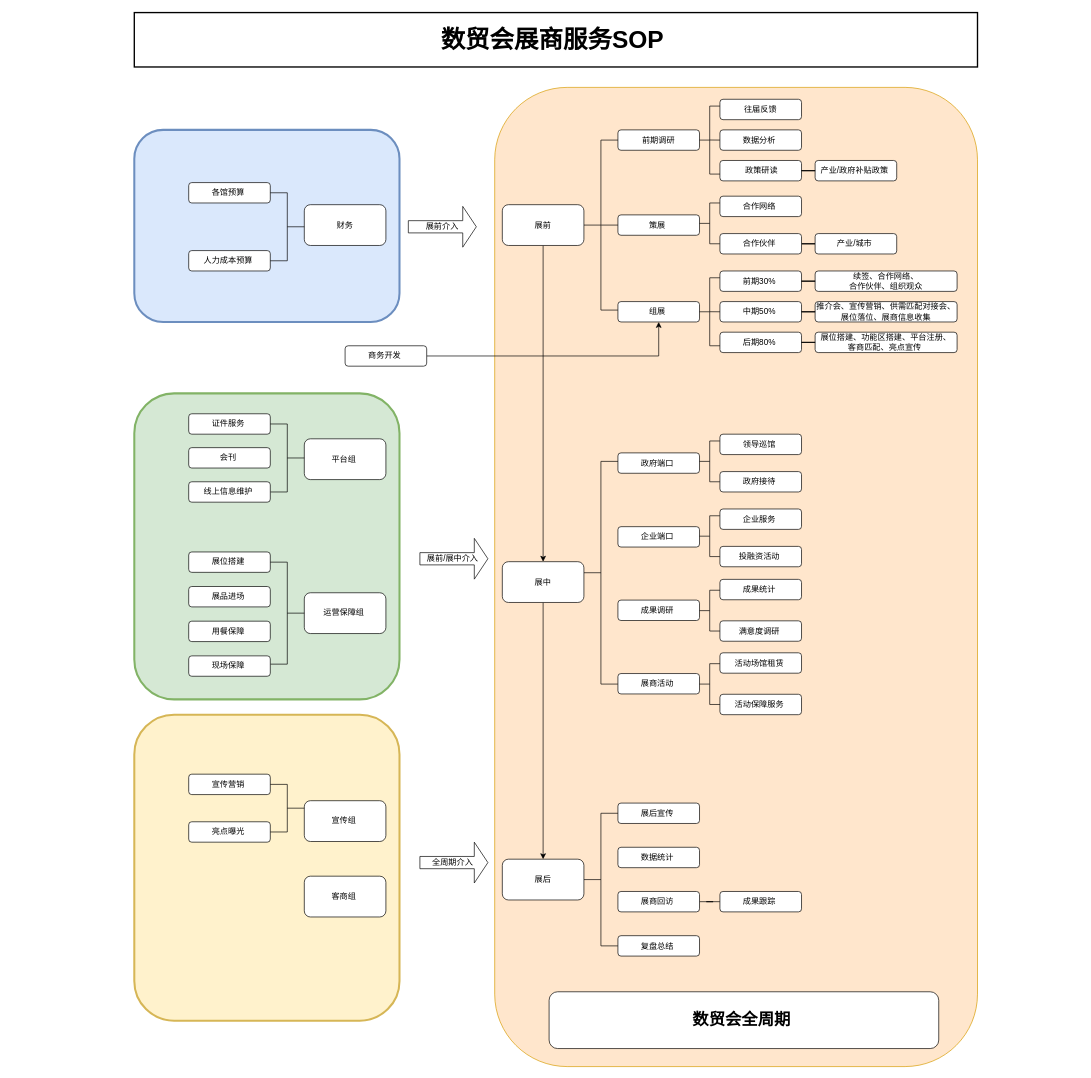
Above: 展商服务sop.drawio in Qikiiii/Agent-Reach (draw.io), before the change. Source tidied: cells renumbered, new cells numbered last; positions are measured from the earlier drawing's top-left corner, leaving out a move shared by most shapes. Both pictures are drawn from the tidied source at 68%, with x=0, y=0 at pixel (134, 12).
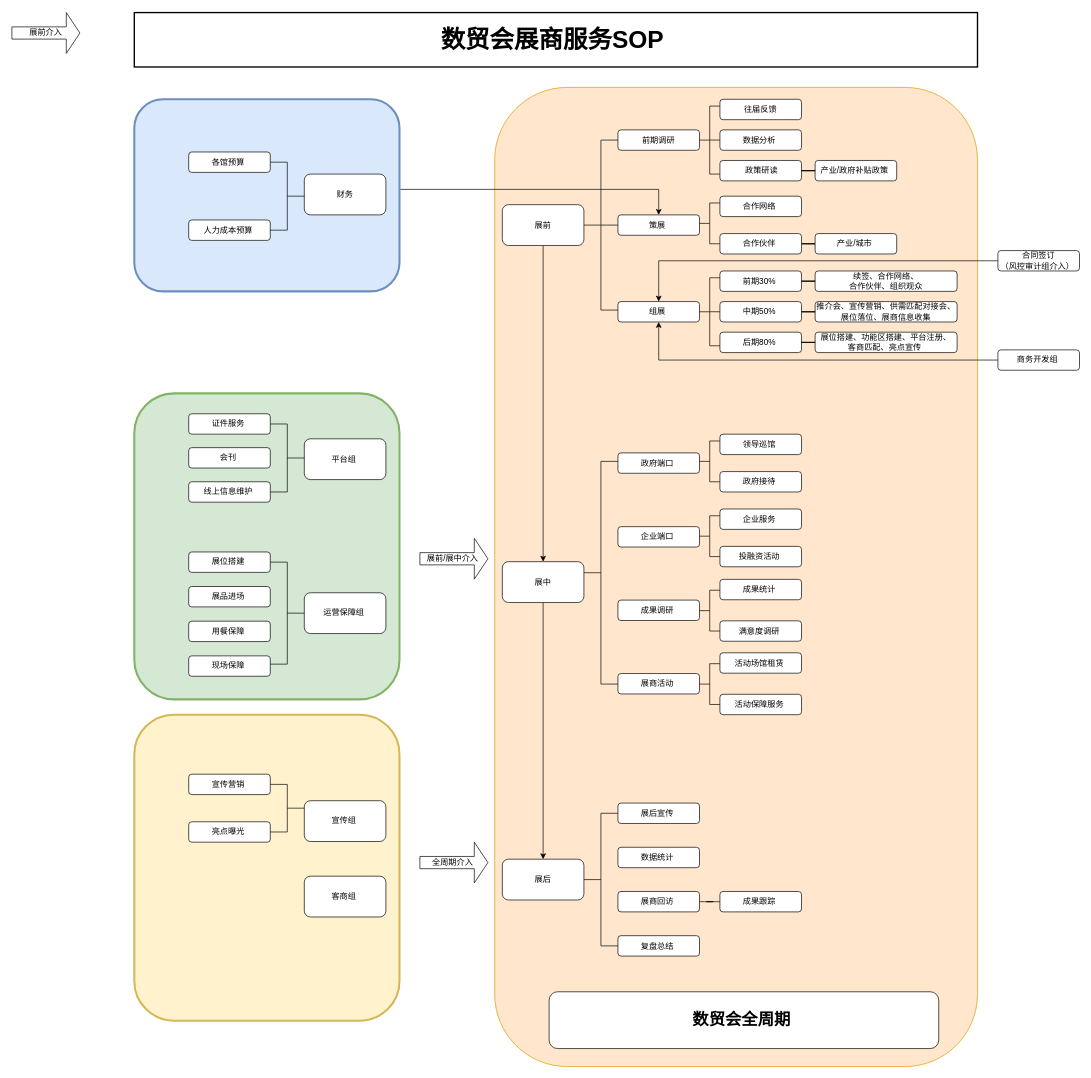
The same page after the edit.

Commit message:
更新展商服务sop.drawio

Unchanged cells that the change refers to:
```xml
<mxCell id="7" value="策展&amp;nbsp;" style="rounded=1;whiteSpace=wrap;html=1;" parent="1" vertex="1">
  <mxGeometry x="711.2" y="297.5" width="120" height="30" as="geometry" />
</mxCell>
<mxCell id="29" value="组展&amp;nbsp;" style="rounded=1;whiteSpace=wrap;html=1;" parent="1" vertex="1">
  <mxGeometry x="711.2" y="425" width="120" height="30" as="geometry" />
</mxCell>
```

The edit, as a diff of the source:
```diff
@@
+    <mxCell id="94" style="edgeStyle=orthogonalEdgeStyle;rounded=0;jettySize=auto;html=1;exitX=1;exitY=0.5;exitDx=0;exitDy=0;entryX=0.5;entryY=0;entryDx=0;entryDy=0;defaultLabelBackgroundColor=page;" parent="1" edge="1" source="5" target="7">
+      <mxGeometry relative="1" as="geometry">
+        <Array as="points">
+          <mxPoint x="390" y="260" />
+          <mxPoint x="771.3" y="260" />
+        </Array>
+      </mxGeometry>
+    </mxCell>
     <mxCell id="5" style="rounded=1;whiteSpace=wrap;html=1;roundedPerimeter=1;fillColor=#dae8fc;strokeWidth=3;strokeColor=#6c8ebf;" parent="1" vertex="1">
-      <mxGeometry y="172.5" width="390" height="282.5" as="geometry" />
+      <mxGeometry y="127.5" width="390" height="282.5" as="geometry" />
     </mxCell>
@@
     <mxCell id="40" style="group;" parent="1" vertex="1">
-      <mxGeometry x="80" y="250" width="290" height="130" as="geometry" />
+      <mxGeometry x="80" y="205" width="290" height="130" as="geometry" />
     </mxCell>
@@
-    <mxCell id="47" value="商务开发&amp;nbsp;" style="whiteSpace=wrap;html=1;rounded=1;" parent="1" vertex="1">
-      <mxGeometry x="310" y="490" width="120" height="30" as="geometry" />
+    <mxCell id="47" value="商务开发组&amp;nbsp;" style="whiteSpace=wrap;html=1;rounded=1;" parent="1" vertex="1">
+      <mxGeometry x="1270" y="496" width="120" height="30" as="geometry" />
     </mxCell>
@@
     <mxCell id="91" value="展前介入" style="shape=singleArrow;whiteSpace=wrap;html=1;" parent="1" vertex="1">
-      <mxGeometry x="403" y="285" width="100" height="60" as="geometry" />
+      <mxGeometry x="-180" width="100" height="60" as="geometry" />
     </mxCell>
@@
+    <mxCell id="95" style="edgeStyle=orthogonalEdgeStyle;rounded=0;jettySize=auto;html=1;entryX=0.5;entryY=0;entryDx=0;entryDy=0;defaultLabelBackgroundColor=page;" parent="1" edge="1" source="96" target="29">
+      <mxGeometry relative="1" as="geometry" />
+    </mxCell>
+    <mxCell id="96" value="合同签订&lt;div&gt;（风控审计组介入）&amp;nbsp;&lt;/div&gt;" style="rounded=1;whiteSpace=wrap;html=1;" parent="1" vertex="1">
+      <mxGeometry x="1270" y="350" width="120" height="30" as="geometry" />
+    </mxCell>
```
